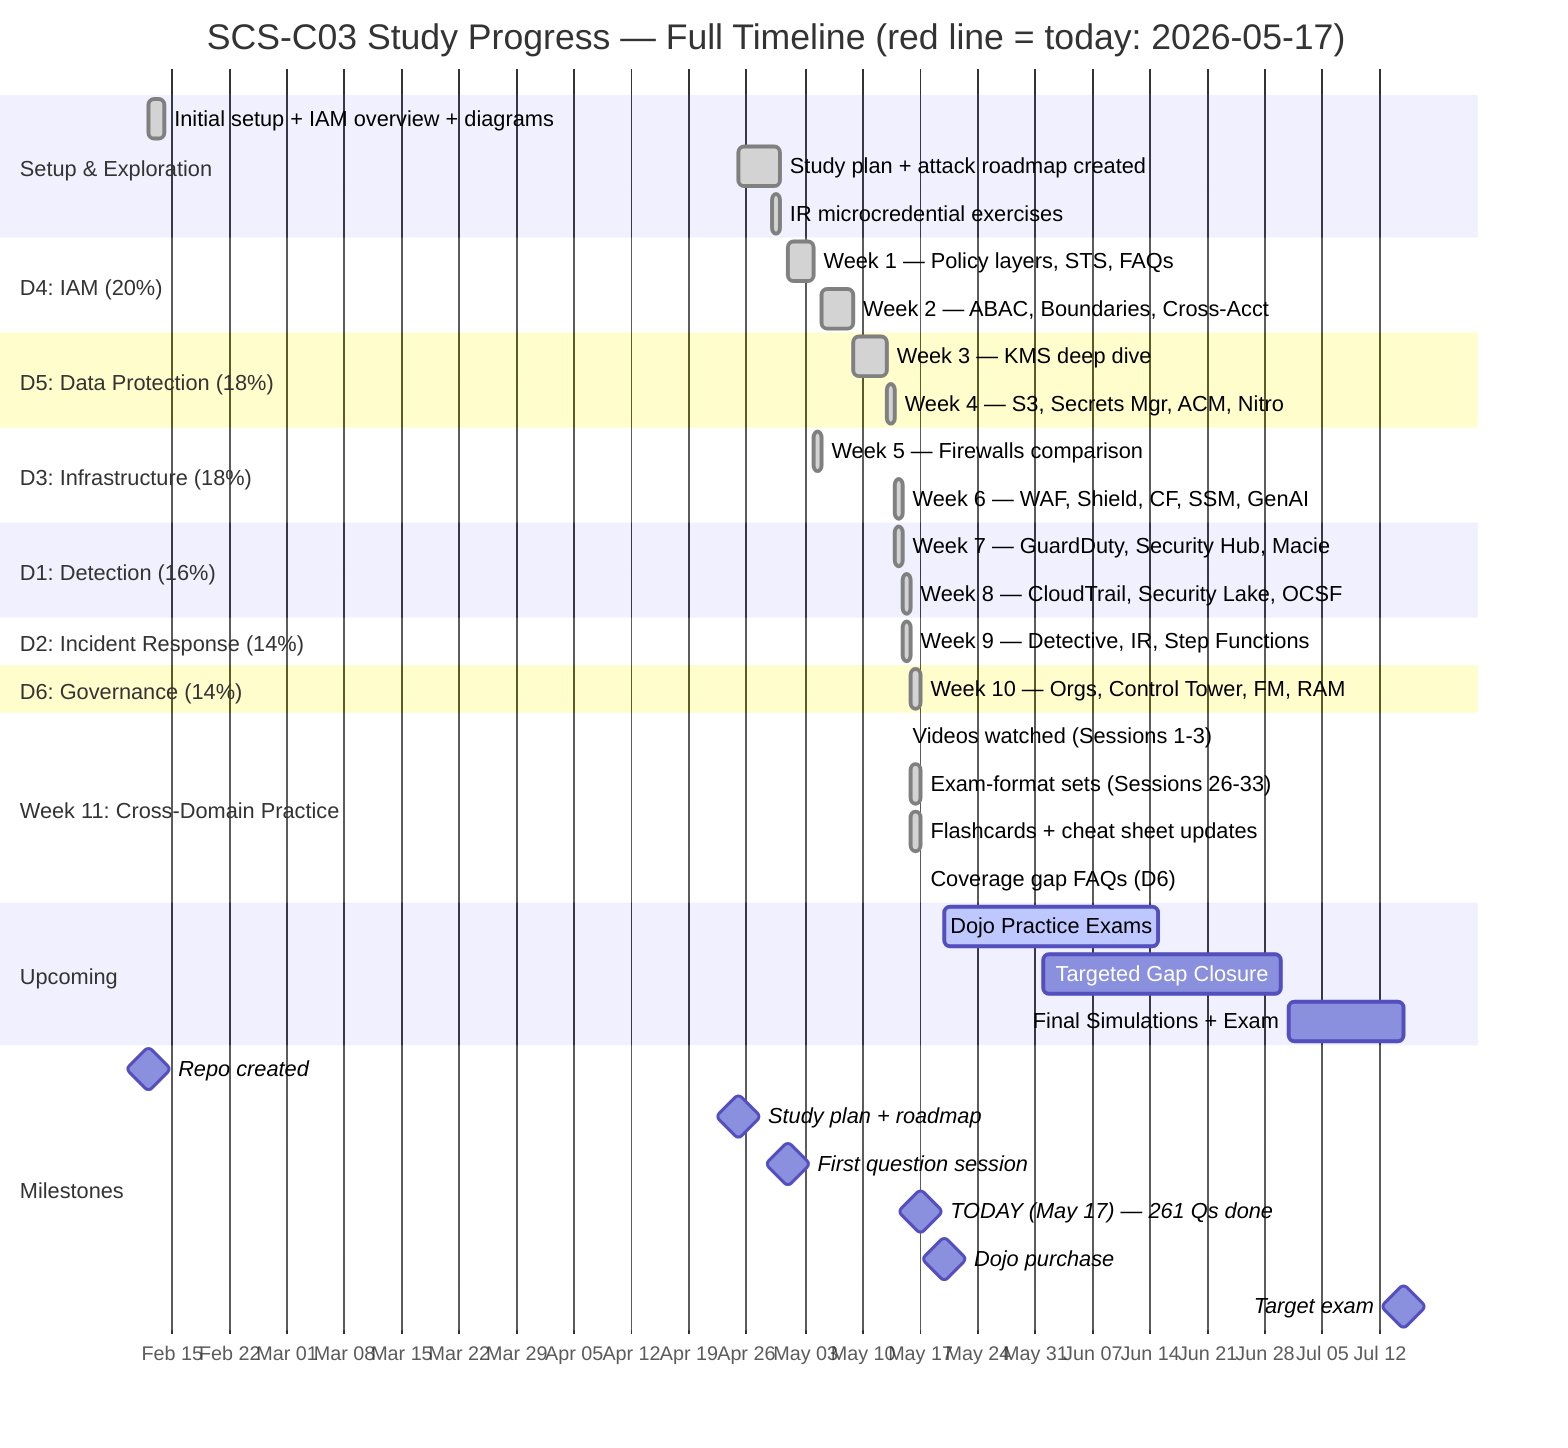
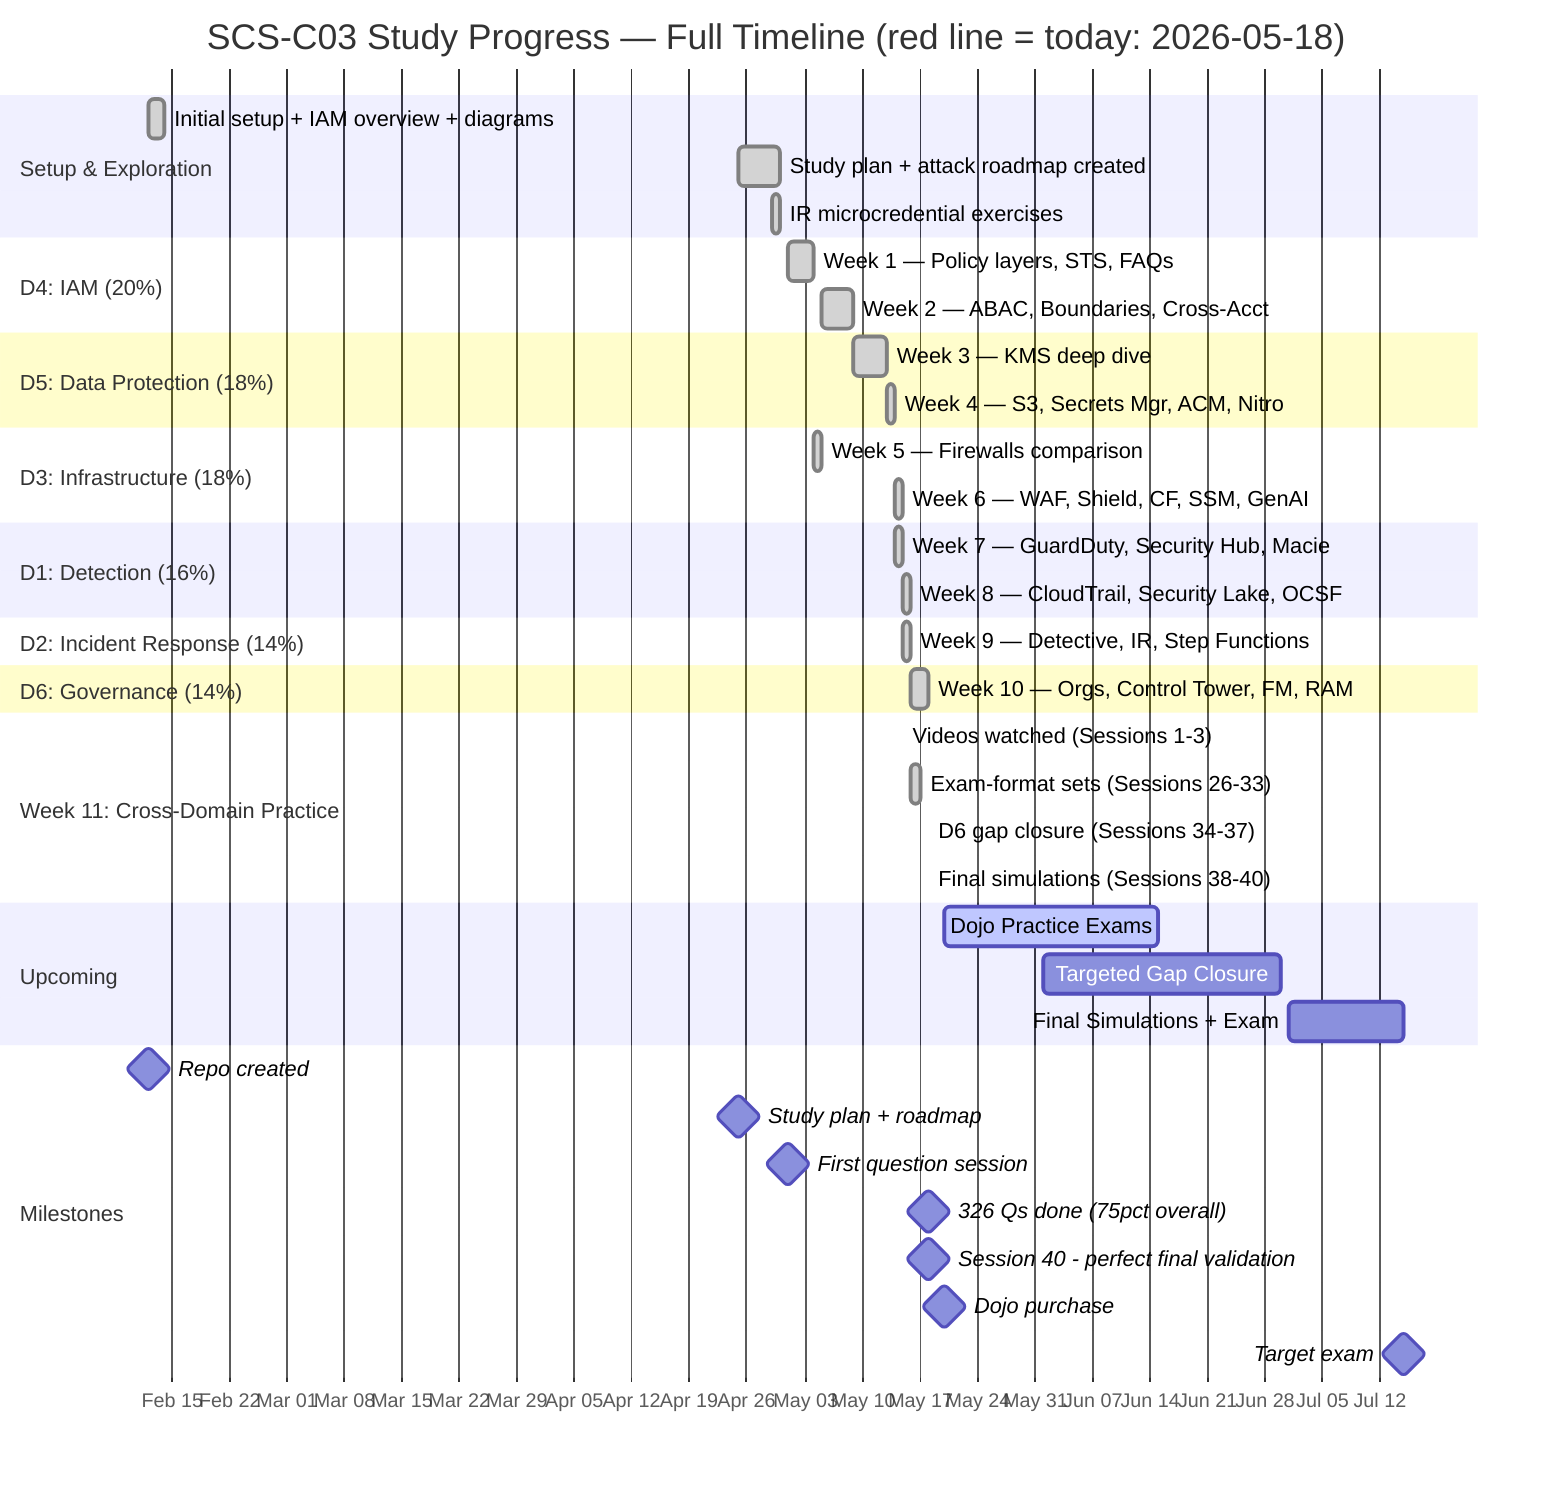
gantt
-     title SCS-C03 Study Progress — Full Timeline (red line = today: 2026-05-17)
+     title SCS-C03 Study Progress — Full Timeline (red line = today: 2026-05-18)
    dateFormat YYYY-MM-DD
    axisFormat %b %d
    tickInterval 1week

    section Setup & Exploration
    Initial setup + IAM overview + diagrams  :done, setup, 2026-02-12, 2026-02-14
    Study plan + attack roadmap created      :done, plan, 2026-04-25, 2026-04-30
    IR microcredential exercises             :done, ir_micro, 2026-04-29, 2026-04-30

    section D4: IAM (20%)
    Week 1 — Policy layers, STS, FAQs        :done, w1, 2026-05-01, 2026-05-04
    Week 2 — ABAC, Boundaries, Cross-Acct    :done, w2, 2026-05-05, 2026-05-09

    section D5: Data Protection (18%)
    Week 3 — KMS deep dive                   :done, w3, 2026-05-09, 2026-05-13
    Week 4 — S3, Secrets Mgr, ACM, Nitro     :done, w4, 2026-05-13, 2026-05-14

    section D3: Infrastructure (18%)
    Week 5 — Firewalls comparison            :done, w5, 2026-05-04, 2026-05-05
    Week 6 — WAF, Shield, CF, SSM, GenAI     :done, w6, 2026-05-14, 2026-05-15

    section D1: Detection (16%)
    Week 7 — GuardDuty, Security Hub, Macie  :done, w7, 2026-05-14, 2026-05-15
    Week 8 — CloudTrail, Security Lake, OCSF :done, w8, 2026-05-15, 2026-05-16

    section D2: Incident Response (14%)
    Week 9 — Detective, IR, Step Functions   :done, w9, 2026-05-15, 2026-05-16

    section D6: Governance (14%)
-     Week 10 — Orgs, Control Tower, FM, RAM   :done, w10, 2026-05-16, 2026-05-17
+     Week 10 — Orgs, Control Tower, FM, RAM   :done, w10, 2026-05-16, 2026-05-18

    section Week 11: Cross-Domain Practice
    Videos watched (Sessions 1-3)            :done, vid, 2026-05-15, 2026-05-15
    Exam-format sets (Sessions 26-33)        :done, w11a, 2026-05-16, 2026-05-17
-     Flashcards + cheat sheet updates         :done, w11b, 2026-05-16, 2026-05-17
-     Coverage gap FAQs (D6)                   :done, w11c, 2026-05-17, 2026-05-17
+     D6 gap closure (Sessions 34-37)          :done, w11b, 2026-05-18, 2026-05-18
+     Final simulations (Sessions 38-40)       :done, w11c, 2026-05-18, 2026-05-18

    section Upcoming
    Dojo Practice Exams                      :active, dojo, 2026-05-20, 2026-06-15
    Targeted Gap Closure                     :gaps, 2026-06-01, 2026-06-30
    Final Simulations + Exam                 :exam, 2026-07-01, 2026-07-15

    section Milestones
    Repo created                             :milestone, m0, 2026-02-12, 0d
    Study plan + roadmap                     :milestone, m1, 2026-04-25, 0d
    First question session                   :milestone, m2, 2026-05-01, 0d
-     TODAY (May 17) — 261 Qs done             :milestone, m3, 2026-05-17, 0d
-     Dojo purchase                            :milestone, m4, 2026-05-20, 0d
-     Target exam                              :milestone, m5, 2026-07-15, 0d
+     326 Qs done (75pct overall)              :milestone, m3, 2026-05-18, 0d
+     Session 40 - perfect final validation    :milestone, m4, 2026-05-18, 0d
+     Dojo purchase                            :milestone, m5, 2026-05-20, 0d
+     Target exam                              :milestone, m6, 2026-07-15, 0d
